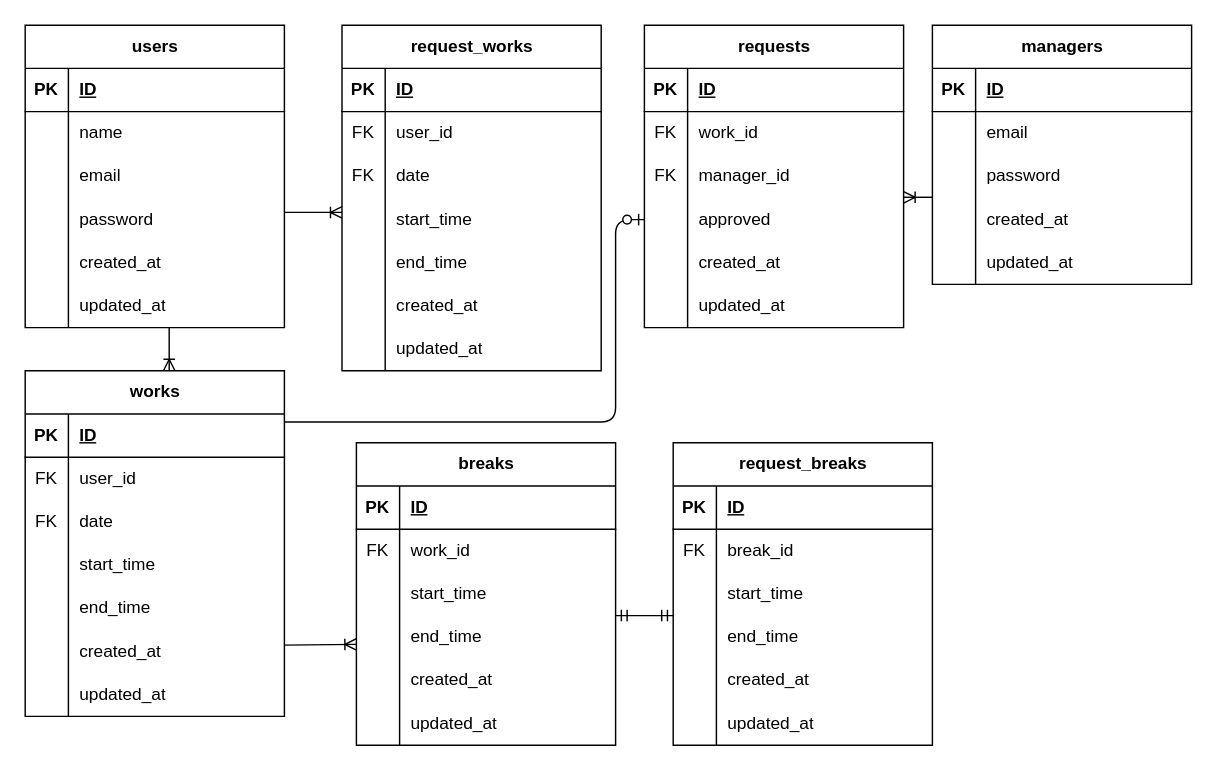
aya1204/kintai-app keeps this draw.io diagram as kintai-app.dio. Above is the earlier version. Source tidied: cells renumbered, new cells numbered last; positions are measured from the earlier drawing's top-left corner, leaving out a move shared by most shapes. Both pictures are drawn from the tidied source at 144%, with x=0, y=0 at pixel (24, 24).
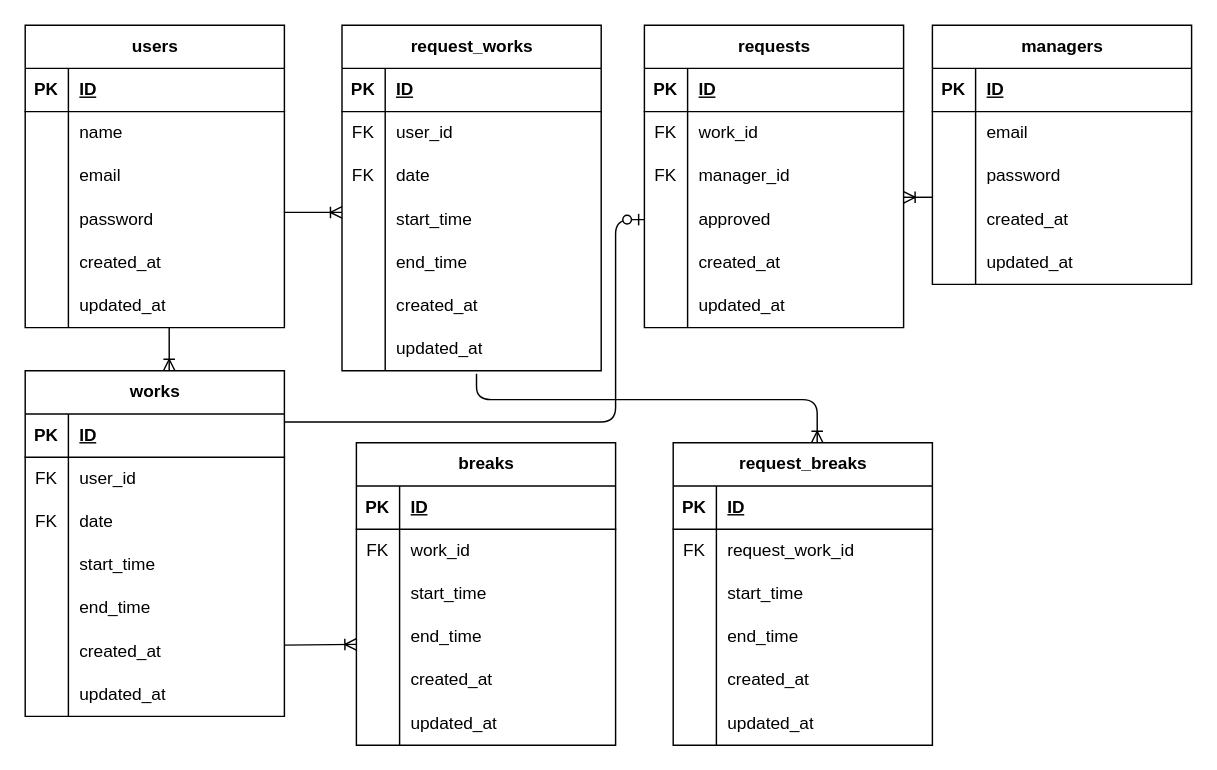
After the change.

The change refers to these unchanged cells:
```xml
<mxCell id="120" style="shape=tableRow;horizontal=0;startSize=0;swimlaneHead=0;swimlaneBody=0;fillColor=none;points=[[0,0.5],[1,0.5]];portConstraint=eastwest;top=0;left=0;right=0;bottom=0;" parent="101" vertex="1">
  <mxGeometry y="210" width="180" height="30" as="geometry" />
</mxCell>
<mxCell id="127" style="shape=tableRow;horizontal=0;startSize=0;swimlaneHead=0;swimlaneBody=0;fillColor=none;top=0;left=0;right=0;bottom=0;" parent="123" vertex="1">
  <mxGeometry y="60" width="180" height="30" as="geometry" />
</mxCell>
```

Diff of the diagram source:
```diff
@@
-    <mxCell id="129" value="break_id" style="shape=partialRectangle;fillColor=none;top=0;left=0;bottom=0;right=0;align=left;spacingLeft=6;overflow=hidden;whiteSpace=wrap;html=1;" parent="127" vertex="1">
+    <mxCell id="129" value="request_work_id" style="shape=partialRectangle;fillColor=none;top=0;left=0;bottom=0;right=0;align=left;spacingLeft=6;overflow=hidden;whiteSpace=wrap;html=1;" parent="127" vertex="1">
       <mxGeometry x="30" width="150" height="30" as="geometry" />
     </mxCell>
@@
-    <mxCell id="142" style="fontSize=12;html=1;endArrow=ERmandOne;startArrow=ERmandOne;" parent="1" edge="1">
-      <mxGeometry relative="1" as="geometry">
-        <mxPoint x="410" y="410" as="sourcePoint" />
-        <mxPoint x="450" y="410" as="targetPoint" />
-      </mxGeometry>
-    </mxCell>
@@
+    <mxCell id="144" style="fontSize=12;html=1;endArrow=ERoneToMany;edgeStyle=orthogonalEdgeStyle;exitX=0.519;exitY=1.067;exitDx=0;exitDy=0;exitPerimeter=0;" parent="1" edge="1" source="120">
+      <mxGeometry relative="1" as="geometry">
+        <mxPoint x="550" y="290" as="targetPoint" />
+        <Array as="points">
+          <mxPoint x="313" y="260" />
+          <mxPoint x="550" y="260" />
+        </Array>
+      </mxGeometry>
+    </mxCell>
```
